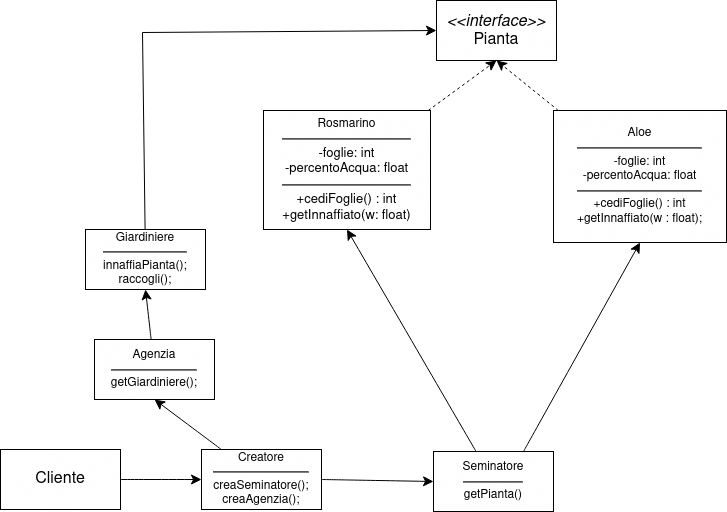
This is y23-24-ids/programmi/2-j/plantScheme.drawio.png from belligerentcrow/ids_unict, a draw.io export, as it was before one commit. Source tidied: cells renumbered, new cells last; positions are measured from the earlier drawing's top-left corner, leaving out a move shared by most shapes.
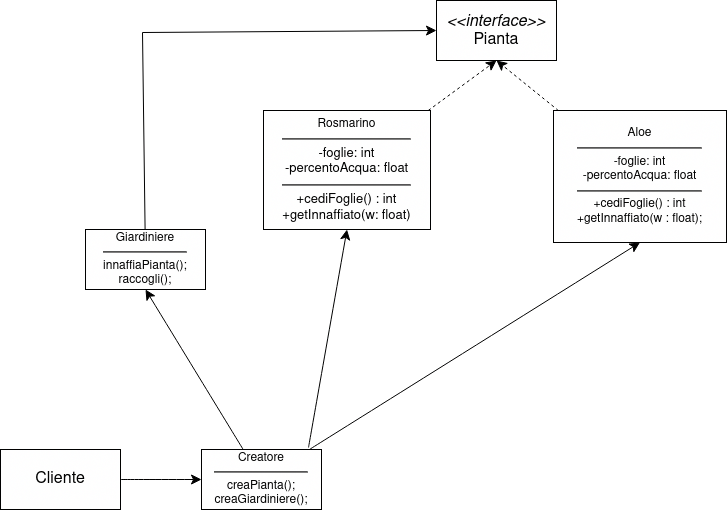
After the commit.

Diff of the diagram source:
```diff
@@ -8,15 +8,6 @@
     <mxCell id="3" value="&lt;font style=&quot;font-size: 16px;&quot;&gt;Cliente&lt;/font&gt;" style="rounded=0;whiteSpace=wrap;html=1;" parent="1" vertex="1">
       <mxGeometry y="449" width="120" height="60" as="geometry" />
     </mxCell>
-    <mxCell id="4" style="edgeStyle=none;curved=1;rounded=0;jettySize=auto;html=1;entryX=0.5;entryY=1;entryDx=0;entryDy=0;fontSize=12;startSize=8;endSize=8;" parent="1" edge="1" source="6" target="9">
-      <mxGeometry relative="1" as="geometry" />
-    </mxCell>
-    <mxCell id="5" style="edgeStyle=none;curved=1;rounded=0;jettySize=auto;html=1;exitX=0.75;exitY=0;exitDx=0;exitDy=0;entryX=0.5;entryY=1;entryDx=0;entryDy=0;fontSize=12;startSize=8;endSize=8;" parent="1" edge="1" source="6" target="11">
-      <mxGeometry relative="1" as="geometry" />
-    </mxCell>
-    <mxCell id="6" value="&lt;div&gt;Seminatore&lt;/div&gt;&lt;div&gt;&lt;hr&gt;getPianta()&lt;br&gt;&lt;/div&gt;" style="rounded=0;whiteSpace=wrap;html=1;" parent="1" vertex="1">
-      <mxGeometry x="433" y="451" width="120" height="60" as="geometry" />
-    </mxCell>
     <mxCell id="7" style="endArrow=classic;html=1;rounded=0;fontSize=12;startSize=8;endSize=8;curved=1;entryX=0;entryY=0.5;entryDx=0;entryDy=0;exitX=1;exitY=0.5;exitDx=0;exitDy=0;" parent="1" edge="1" source="3" target="14">
       <mxGeometry relative="1" as="geometry" />
     </mxCell>
@@ -32,21 +23,20 @@
     <mxCell id="11" value="&lt;div&gt;&lt;font style=&quot;font-size: 12px;&quot;&gt;Aloe&lt;br&gt;&lt;/font&gt;&lt;/div&gt;&lt;div&gt;&lt;hr&gt;&lt;font style=&quot;font-size: 12px;&quot;&gt;-foglie: int&lt;/font&gt;&lt;/div&gt;&lt;div&gt;&lt;font style=&quot;font-size: 12px;&quot;&gt;-percentoAcqua: float&lt;br&gt;&lt;/font&gt;&lt;/div&gt;&lt;div&gt;&lt;hr&gt;+cediFoglie() : int&lt;font style=&quot;font-size: 12px;&quot;&gt;&lt;br&gt;&lt;/font&gt;&lt;/div&gt;&lt;div&gt;&lt;font style=&quot;font-size: 12px;&quot;&gt;+getInnaffiato(w : float);&lt;br&gt;&lt;/font&gt;&lt;/div&gt;" style="rounded=0;whiteSpace=wrap;html=1;spacing=0;" parent="1" vertex="1">
       <mxGeometry x="553" y="110" width="173" height="132" as="geometry" />
     </mxCell>
-    <mxCell id="12" style="edgeStyle=none;curved=1;rounded=0;jettySize=auto;html=1;exitX=1;exitY=0.5;exitDx=0;exitDy=0;entryX=0;entryY=0.5;entryDx=0;entryDy=0;fontSize=12;startSize=8;endSize=8;" parent="1" edge="1" source="14" target="6">
-      <mxGeometry relative="1" as="geometry" />
-    </mxCell>
-    <mxCell id="13" style="edgeStyle=none;curved=1;rounded=0;jettySize=auto;html=1;fontSize=12;startSize=8;endSize=8;entryX=0.5;entryY=1;entryDx=0;entryDy=0;" parent="1" edge="1" source="14" target="16">
+    <mxCell id="13" style="edgeStyle=none;curved=1;rounded=0;jettySize=auto;html=1;fontSize=12;startSize=8;endSize=8;entryX=0.5;entryY=1;entryDx=0;entryDy=0;" parent="1" edge="1" source="14" target="18">
       <mxGeometry relative="1" as="geometry" />
     </mxCell>
+    <mxCell id="19" style="edgeStyle=none;curved=1;rounded=0;jettySize=auto;html=1;entryX=0.5;entryY=1;entryDx=0;entryDy=0;fontSize=12;startSize=8;endSize=8;" parent="1" edge="1" target="9">
+      <mxGeometry relative="1" as="geometry">
+        <mxPoint x="308" y="447" as="sourcePoint" />
+      </mxGeometry>
+    </mxCell>
+    <mxCell id="20" style="edgeStyle=none;curved=1;rounded=0;jettySize=auto;html=1;entryX=0.5;entryY=1;entryDx=0;entryDy=0;fontSize=12;startSize=8;endSize=8;" parent="1" edge="1" source="14" target="11">
+      <mxGeometry relative="1" as="geometry" />
+    </mxCell>
-    <mxCell id="14" value="&lt;div&gt;Creatore&lt;/div&gt;&lt;div&gt;&lt;hr&gt;creaSeminatore();&lt;/div&gt;&lt;div&gt;creaAgenzia();&lt;br&gt;&lt;/div&gt;" style="rounded=0;whiteSpace=wrap;html=1;" parent="1" vertex="1">
+    <mxCell id="14" value="&lt;div&gt;Creatore&lt;/div&gt;&lt;div&gt;&lt;hr&gt;creaPianta();&lt;/div&gt;&lt;div&gt;creaGiardiniere();&lt;br&gt;&lt;/div&gt;" style="rounded=0;whiteSpace=wrap;html=1;" parent="1" vertex="1">
       <mxGeometry x="201" y="449" width="120" height="60" as="geometry" />
     </mxCell>
-    <mxCell id="15" style="edgeStyle=none;curved=1;rounded=0;jettySize=auto;html=1;fontSize=12;startSize=8;endSize=8;entryX=0.5;entryY=1;entryDx=0;entryDy=0;" parent="1" edge="1" source="16" target="18">
-      <mxGeometry relative="1" as="geometry" />
-    </mxCell>
-    <mxCell id="16" value="&lt;div&gt;Agenzia&lt;/div&gt;&lt;div&gt;&lt;hr&gt;getGiardiniere();&lt;br&gt;&lt;/div&gt;" style="rounded=0;whiteSpace=wrap;html=1;" parent="1" vertex="1">
-      <mxGeometry x="94" y="339" width="120" height="60" as="geometry" />
-    </mxCell>
     <mxCell id="17" style="edgeStyle=none;curved=0;rounded=0;jettySize=auto;html=1;entryX=0;entryY=0.5;entryDx=0;entryDy=0;fontSize=12;startSize=8;endSize=8;" parent="1" edge="1" source="18" target="2">
       <mxGeometry relative="1" as="geometry">
         <Array as="points">
```
